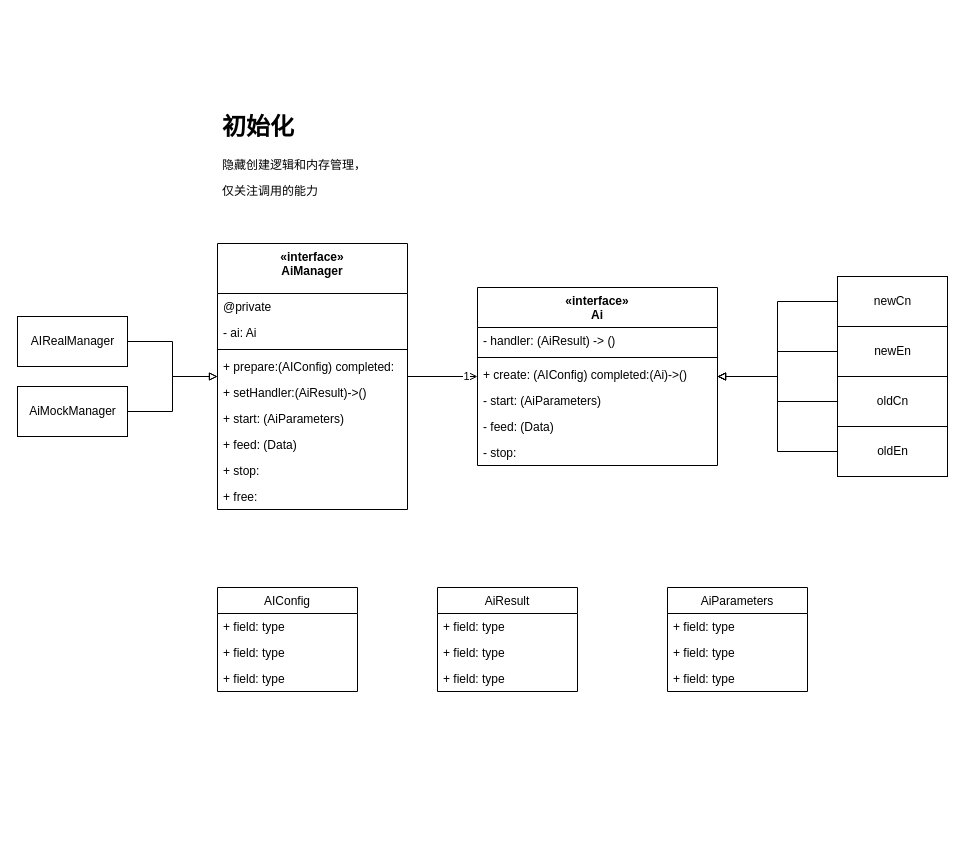
Earlier version of the draw.io diagram AiClass.drawio (cszwdy/Algorithms). Source tidied: cells renumbered, new cells numbered last; positions are measured from the earlier drawing's top-left corner, leaving out a move shared by most shapes. Both pictures are drawn from the tidied source at 100%, with x=0, y=0 at pixel (17, 107).
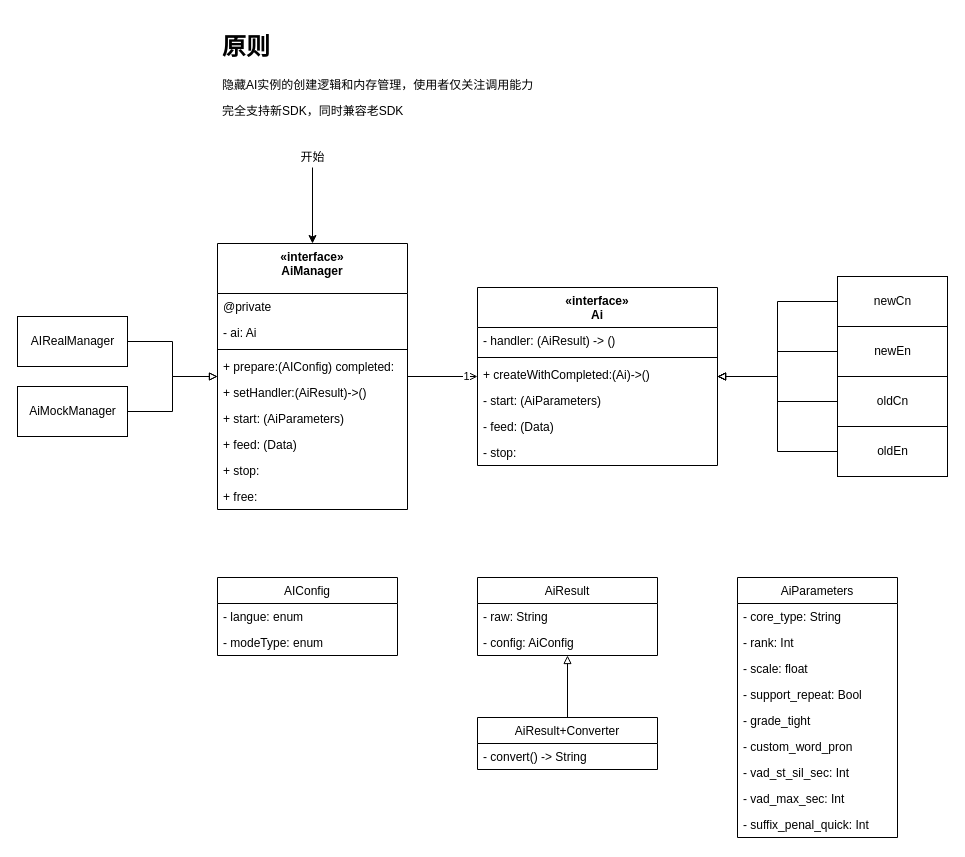
The same page after the edit.

Unchanged cells that the change refers to:
```xml
<mxCell id="17" value="«interface»&#10;AiManager" style="swimlane;fontStyle=1;align=center;verticalAlign=top;horizontal=1;startSize=50;" parent="1" vertex="1">
  <mxGeometry x="200" y="136" width="190" height="266" as="geometry" />
</mxCell>
<mxCell id="27" value="«interface»&#10;Ai" style="swimlane;fontStyle=1;align=center;verticalAlign=top;horizontal=1;startSize=40;shadow=0;" parent="1" vertex="1">
  <mxGeometry x="460" y="180" width="240" height="178" as="geometry" />
</mxCell>
```

What changed in the source:
```diff
@@
-    <mxCell id="6" value="&lt;h1&gt;初始化&lt;/h1&gt;&lt;p&gt;隐藏创建逻辑和内存管理，&lt;/p&gt;&lt;p&gt;仅关注调用的能力&lt;/p&gt;" style="text;html=1;strokeColor=none;fillColor=none;spacing=5;spacingTop=-20;whiteSpace=wrap;overflow=hidden;rounded=0;shadow=0;" parent="1" vertex="1">
-      <mxGeometry x="200" width="190" height="120" as="geometry" />
+    <mxCell id="6" value="&lt;h1&gt;原则&lt;/h1&gt;&lt;p&gt;隐藏AI实例的创建逻辑和内存管理，使用者仅关注调用能力&lt;/p&gt;&lt;p&gt;完全支持新SDK，同时兼容老SDK&lt;/p&gt;" style="text;html=1;strokeColor=none;fillColor=none;spacing=5;spacingTop=-20;whiteSpace=wrap;overflow=hidden;rounded=0;shadow=0;" parent="1" vertex="1">
+      <mxGeometry x="200" y="-80" width="360" height="100" as="geometry" />
     </mxCell>
@@
-    <mxCell id="30" value="+ create: (AIConfig) completed:(Ai)-&gt;()" style="text;strokeColor=none;fillColor=none;align=left;verticalAlign=top;spacingLeft=4;spacingRight=4;overflow=hidden;" parent="27" vertex="1">
+    <mxCell id="30" value="+ createWithCompleted:(Ai)-&gt;()" style="text;strokeColor=none;fillColor=none;align=left;verticalAlign=top;spacingLeft=4;spacingRight=4;overflow=hidden;" parent="27" vertex="1">
       <mxGeometry y="74" width="240" height="26" as="geometry" />
     </mxCell>
@@
     <mxCell id="34" value="AIConfig" style="swimlane;fontStyle=0;horizontal=1;startSize=26;fillColor=none;shadow=0;" parent="1" vertex="1">
-      <mxGeometry x="200" y="480" width="140" height="104" as="geometry" />
+      <mxGeometry x="200" y="470" width="180" height="78" as="geometry" />
     </mxCell>
-    <mxCell id="35" value="+ field: type" style="text;strokeColor=none;fillColor=none;align=left;verticalAlign=top;spacingLeft=4;spacingRight=4;overflow=hidden;" parent="34" vertex="1">
-      <mxGeometry y="26" width="140" height="26" as="geometry" />
-    </mxCell>
-    <mxCell id="36" value="+ field: type" style="text;strokeColor=none;fillColor=none;align=left;verticalAlign=top;spacingLeft=4;spacingRight=4;overflow=hidden;" parent="34" vertex="1">
-      <mxGeometry y="52" width="140" height="26" as="geometry" />
-    </mxCell>
-    <mxCell id="37" value="+ field: type" style="text;strokeColor=none;fillColor=none;align=left;verticalAlign=top;spacingLeft=4;spacingRight=4;overflow=hidden;" parent="34" vertex="1">
-      <mxGeometry y="78" width="140" height="26" as="geometry" />
+    <mxCell id="37" value="- langue: enum" style="text;strokeColor=none;fillColor=none;align=left;verticalAlign=top;spacingLeft=4;spacingRight=4;overflow=hidden;" parent="34" vertex="1">
+      <mxGeometry y="26" width="180" height="26" as="geometry" />
     </mxCell>
-    <mxCell id="38" value="AiResult" style="swimlane;fontStyle=0;horizontal=1;startSize=26;fillColor=none;shadow=0;" parent="1" vertex="1">
-      <mxGeometry x="420" y="480" width="140" height="104" as="geometry" />
-    </mxCell>
-    <mxCell id="39" value="+ field: type" style="text;strokeColor=none;fillColor=none;align=left;verticalAlign=top;spacingLeft=4;spacingRight=4;overflow=hidden;" parent="38" vertex="1">
-      <mxGeometry y="26" width="140" height="26" as="geometry" />
-    </mxCell>
-    <mxCell id="40" value="+ field: type" style="text;strokeColor=none;fillColor=none;align=left;verticalAlign=top;spacingLeft=4;spacingRight=4;overflow=hidden;" parent="38" vertex="1">
-      <mxGeometry y="52" width="140" height="26" as="geometry" />
-    </mxCell>
-    <mxCell id="41" value="+ field: type" style="text;strokeColor=none;fillColor=none;align=left;verticalAlign=top;spacingLeft=4;spacingRight=4;overflow=hidden;" parent="38" vertex="1">
-      <mxGeometry y="78" width="140" height="26" as="geometry" />
-    </mxCell>
+    <mxCell id="46" value="- modeType: enum" style="text;strokeColor=none;fillColor=none;align=left;verticalAlign=top;spacingLeft=4;spacingRight=4;overflow=hidden;" parent="34" vertex="1">
+      <mxGeometry y="52" width="180" height="26" as="geometry" />
+    </mxCell>
     <mxCell id="42" value="AiParameters" style="swimlane;fontStyle=0;horizontal=1;startSize=26;fillColor=none;shadow=0;" parent="1" vertex="1">
-      <mxGeometry x="650" y="480" width="140" height="104" as="geometry" />
+      <mxGeometry x="720" y="470" width="160" height="260" as="geometry" />
     </mxCell>
-    <mxCell id="43" value="+ field: type" style="text;strokeColor=none;fillColor=none;align=left;verticalAlign=top;spacingLeft=4;spacingRight=4;overflow=hidden;" parent="42" vertex="1">
-      <mxGeometry y="26" width="140" height="26" as="geometry" />
+    <mxCell id="43" value="- core_type: String" style="text;strokeColor=none;fillColor=none;align=left;verticalAlign=top;spacingLeft=4;spacingRight=4;overflow=hidden;" parent="42" vertex="1">
+      <mxGeometry y="26" width="160" height="26" as="geometry" />
     </mxCell>
-    <mxCell id="44" value="+ field: type" style="text;strokeColor=none;fillColor=none;align=left;verticalAlign=top;spacingLeft=4;spacingRight=4;overflow=hidden;" parent="42" vertex="1">
-      <mxGeometry y="52" width="140" height="26" as="geometry" />
+    <mxCell id="44" value="- rank: Int" style="text;strokeColor=none;fillColor=none;align=left;verticalAlign=top;spacingLeft=4;spacingRight=4;overflow=hidden;" parent="42" vertex="1">
+      <mxGeometry y="52" width="160" height="26" as="geometry" />
     </mxCell>
-    <mxCell id="45" value="+ field: type" style="text;strokeColor=none;fillColor=none;align=left;verticalAlign=top;spacingLeft=4;spacingRight=4;overflow=hidden;" parent="42" vertex="1">
-      <mxGeometry y="78" width="140" height="26" as="geometry" />
+    <mxCell id="45" value="- scale: float" style="text;strokeColor=none;fillColor=none;align=left;verticalAlign=top;spacingLeft=4;spacingRight=4;overflow=hidden;" parent="42" vertex="1">
+      <mxGeometry y="78" width="160" height="26" as="geometry" />
     </mxCell>
+    <mxCell id="47" value="- support_repeat: Bool" style="text;strokeColor=none;fillColor=none;align=left;verticalAlign=top;spacingLeft=4;spacingRight=4;overflow=hidden;" parent="42" vertex="1">
+      <mxGeometry y="104" width="160" height="26" as="geometry" />
+    </mxCell>
+    <mxCell id="48" value="- grade_tight" style="text;strokeColor=none;fillColor=none;align=left;verticalAlign=top;spacingLeft=4;spacingRight=4;overflow=hidden;" parent="42" vertex="1">
+      <mxGeometry y="130" width="160" height="26" as="geometry" />
+    </mxCell>
+    <mxCell id="49" value="- custom_word_pron" style="text;strokeColor=none;fillColor=none;align=left;verticalAlign=top;spacingLeft=4;spacingRight=4;overflow=hidden;" parent="42" vertex="1">
+      <mxGeometry y="156" width="160" height="26" as="geometry" />
+    </mxCell>
+    <mxCell id="50" value="- vad_st_sil_sec: Int" style="text;strokeColor=none;fillColor=none;align=left;verticalAlign=top;spacingLeft=4;spacingRight=4;overflow=hidden;" parent="42" vertex="1">
+      <mxGeometry y="182" width="160" height="26" as="geometry" />
+    </mxCell>
+    <mxCell id="51" value="- vad_max_sec: Int" style="text;strokeColor=none;fillColor=none;align=left;verticalAlign=top;spacingLeft=4;spacingRight=4;overflow=hidden;" parent="42" vertex="1">
+      <mxGeometry y="208" width="160" height="26" as="geometry" />
+    </mxCell>
+    <mxCell id="52" value="- suffix_penal_quick: Int" style="text;strokeColor=none;fillColor=none;align=left;verticalAlign=top;spacingLeft=4;spacingRight=4;overflow=hidden;" parent="42" vertex="1">
+      <mxGeometry y="234" width="160" height="26" as="geometry" />
+    </mxCell>
+    <mxCell id="38" value="AiResult" style="swimlane;fontStyle=0;horizontal=1;startSize=26;fillColor=none;shadow=0;" parent="1" vertex="1">
+      <mxGeometry x="460" y="470" width="180" height="78" as="geometry" />
+    </mxCell>
+    <mxCell id="39" value="- raw: String" style="text;strokeColor=none;fillColor=none;align=left;verticalAlign=top;spacingLeft=4;spacingRight=4;overflow=hidden;" parent="38" vertex="1">
+      <mxGeometry y="26" width="180" height="26" as="geometry" />
+    </mxCell>
+    <mxCell id="53" value="- config: AiConfig" style="text;strokeColor=none;fillColor=none;align=left;verticalAlign=top;spacingLeft=4;spacingRight=4;overflow=hidden;" parent="38" vertex="1">
+      <mxGeometry y="52" width="180" height="26" as="geometry" />
+    </mxCell>
+    <mxCell id="54" style="edgeStyle=orthogonalEdgeStyle;rounded=0;jettySize=auto;html=1;endArrow=block;endFill=0;" parent="1" edge="1" source="55" target="38">
+      <mxGeometry relative="1" as="geometry" />
+    </mxCell>
+    <mxCell id="55" value="AiResult+Converter" style="swimlane;fontStyle=0;horizontal=1;startSize=26;fillColor=none;shadow=0;" parent="1" vertex="1">
+      <mxGeometry x="460" y="610" width="180" height="52" as="geometry" />
+    </mxCell>
+    <mxCell id="56" value="- convert() -&gt; String" style="text;strokeColor=none;fillColor=none;align=left;verticalAlign=top;spacingLeft=4;spacingRight=4;overflow=hidden;" parent="55" vertex="1">
+      <mxGeometry y="26" width="180" height="26" as="geometry" />
+    </mxCell>
+    <mxCell id="57" style="edgeStyle=orthogonalEdgeStyle;rounded=0;jettySize=auto;html=1;entryX=0.5;entryY=0;entryDx=0;entryDy=0;endArrow=classic;endFill=1;" parent="1" edge="1" source="58" target="17">
+      <mxGeometry relative="1" as="geometry" />
+    </mxCell>
+    <mxCell id="58" value="开始" style="text;html=1;align=center;verticalAlign=middle;points=[];" parent="1" vertex="1">
+      <mxGeometry x="275" y="40" width="40" height="20" as="geometry" />
+    </mxCell>
```
